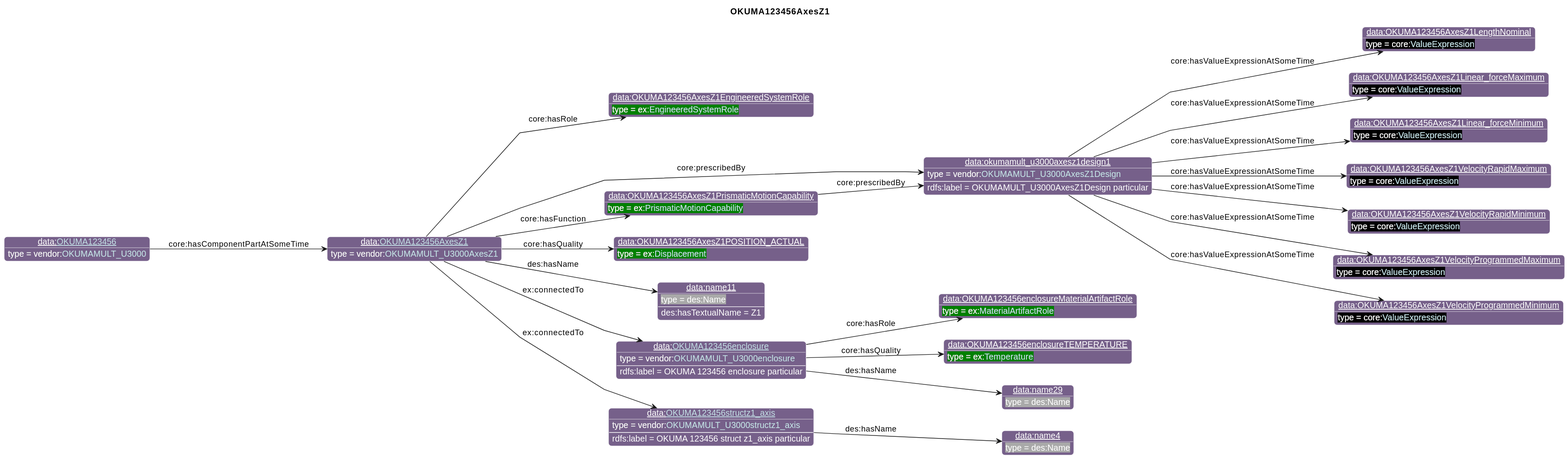
iofoundry/example-syseng-mtconnect keeps this PlantUML diagram as diagrams/OKUMA123456AxesZ1.svg. Above is the earlier version.
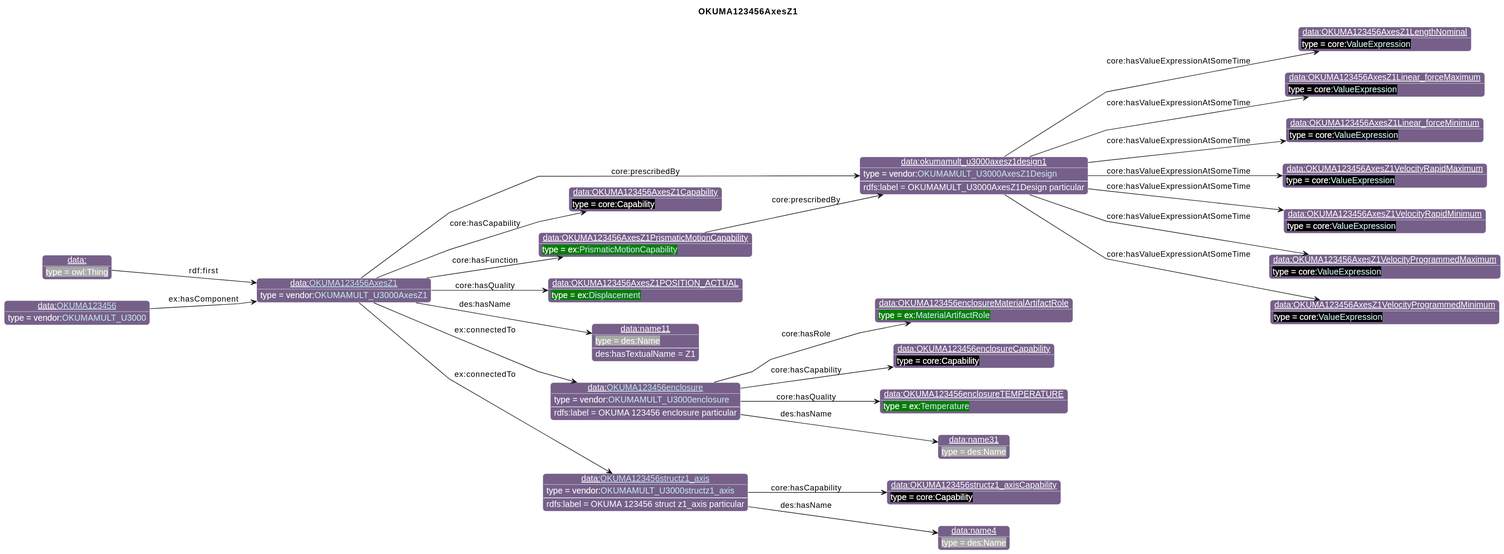
The same file after the commit.

Change to the diagram source:
```diff
@@ -26,47 +26,53 @@
                       "qp":"641B2E"
       }
 individual(o0, data:[[./OKUMA123456AxesZ1.html OKUMA123456AxesZ1]], vendor:[[../OKUMA.html#OKUMAMULT_U3000AxesZ1 OKUMAMULT_U3000AxesZ1]])
-individual(o1, data:OKUMA123456AxesZ1EngineeredSystemRole, ex:[[../Example.html#EngineeredSystemRole EngineeredSystemRole]])
-individual(o2, data:okumamult_u3000axesz1design1, vendor:[[../OKUMA.html#OKUMAMULT_U3000AxesZ1Design OKUMAMULT_U3000AxesZ1Design]])
-individual(o3, data:OKUMA123456AxesZ1LengthNominal, core:[[https://spec.industrialontologies.org/ontology/core/Core/ValueExpression ValueExpression]])
-individual(o4, data:OKUMA123456AxesZ1Linear_forceMaximum, core:[[https://spec.industrialontologies.org/ontology/core/Core/ValueExpression ValueExpression]])
-individual(o5, data:OKUMA123456AxesZ1Linear_forceMinimum, core:[[https://spec.industrialontologies.org/ontology/core/Core/ValueExpression ValueExpression]])
-individual(o6, data:OKUMA123456AxesZ1VelocityRapidMaximum, core:[[https://spec.industrialontologies.org/ontology/core/Core/ValueExpression ValueExpression]])
-individual(o7, data:OKUMA123456AxesZ1VelocityRapidMinimum, core:[[https://spec.industrialontologies.org/ontology/core/Core/ValueExpression ValueExpression]])
-individual(o8, data:OKUMA123456AxesZ1VelocityProgrammedMaximum, core:[[https://spec.industrialontologies.org/ontology/core/Core/ValueExpression ValueExpression]])
-individual(o9, data:OKUMA123456AxesZ1VelocityProgrammedMinimum, core:[[https://spec.industrialontologies.org/ontology/core/Core/ValueExpression ValueExpression]])
+individual(o1, data:okumamult_u3000axesz1design1, vendor:[[../OKUMA.html#OKUMAMULT_U3000AxesZ1Design OKUMAMULT_U3000AxesZ1Design]])
+individual(o2, data:OKUMA123456AxesZ1LengthNominal, core:[[https://spec.industrialontologies.org/ontology/core/Core/ValueExpression ValueExpression]])
+individual(o3, data:OKUMA123456AxesZ1Linear_forceMaximum, core:[[https://spec.industrialontologies.org/ontology/core/Core/ValueExpression ValueExpression]])
+individual(o4, data:OKUMA123456AxesZ1Linear_forceMinimum, core:[[https://spec.industrialontologies.org/ontology/core/Core/ValueExpression ValueExpression]])
+individual(o5, data:OKUMA123456AxesZ1VelocityRapidMaximum, core:[[https://spec.industrialontologies.org/ontology/core/Core/ValueExpression ValueExpression]])
+individual(o6, data:OKUMA123456AxesZ1VelocityRapidMinimum, core:[[https://spec.industrialontologies.org/ontology/core/Core/ValueExpression ValueExpression]])
+individual(o7, data:OKUMA123456AxesZ1VelocityProgrammedMaximum, core:[[https://spec.industrialontologies.org/ontology/core/Core/ValueExpression ValueExpression]])
+individual(o8, data:OKUMA123456AxesZ1VelocityProgrammedMinimum, core:[[https://spec.industrialontologies.org/ontology/core/Core/ValueExpression ValueExpression]])
+individual(o9, data:OKUMA123456AxesZ1Capability, core:Capability)
 individual(o10, data:OKUMA123456AxesZ1PrismaticMotionCapability, ex:[[../Example.html#PrismaticMotionCapability PrismaticMotionCapability]])
 individual(o11, data:OKUMA123456AxesZ1POSITION_ACTUAL, ex:[[../Example.html#Displacement Displacement]])
 individual(o12, data:name11, des:Name)
 individual(o13, data:[[./OKUMA123456enclosure.html OKUMA123456enclosure]], vendor:[[../OKUMA.html#OKUMAMULT_U3000enclosure OKUMAMULT_U3000enclosure]])
 individual(o14, data:OKUMA123456enclosureMaterialArtifactRole, ex:[[../Example.html#MaterialArtifactRole MaterialArtifactRole]])
-individual(o15, data:OKUMA123456enclosureTEMPERATURE, ex:[[../Example.html#Temperature Temperature]])
-individual(o16, data:name29, des:Name)
-individual(o17, data:[[./OKUMA123456structz1_axis.html OKUMA123456structz1_axis]], vendor:[[../OKUMA.html#OKUMAMULT_U3000structz1_axis OKUMAMULT_U3000structz1_axis]])
-individual(o18, data:name4, des:Name)
-individual(o19, data:[[./OKUMA123456.html OKUMA123456]], vendor:[[../OKUMA.html#OKUMAMULT_U3000 OKUMAMULT_U3000]])
-property(o0, "core:hasRole", o1)
-property(o0, "core:prescribedBy", o2)
-data(o2, "rdfs:label", "OKUMAMULT_U3000AxesZ1Design particular")
-property(o2, "core:hasValueExpressionAtSomeTime", o3)
-property(o2, "core:hasValueExpressionAtSomeTime", o4)
-property(o2, "core:hasValueExpressionAtSomeTime", o5)
-property(o2, "core:hasValueExpressionAtSomeTime", o6)
-property(o2, "core:hasValueExpressionAtSomeTime", o7)
-property(o2, "core:hasValueExpressionAtSomeTime", o8)
-property(o2, "core:hasValueExpressionAtSomeTime", o9)
+individual(o15, data:OKUMA123456enclosureCapability, core:Capability)
+individual(o16, data:OKUMA123456enclosureTEMPERATURE, ex:[[../Example.html#Temperature Temperature]])
+individual(o17, data:name31, des:Name)
+individual(o18, data:[[./OKUMA123456structz1_axis.html OKUMA123456structz1_axis]], vendor:[[../OKUMA.html#OKUMAMULT_U3000structz1_axis OKUMAMULT_U3000structz1_axis]])
+individual(o19, data:OKUMA123456structz1_axisCapability, core:Capability)
+individual(o20, data:name4, des:Name)
+individual(o21, data:, owl:Thing)
+individual(o22, data:[[./OKUMA123456.html OKUMA123456]], vendor:[[../OKUMA.html#OKUMAMULT_U3000 OKUMAMULT_U3000]])
+property(o0, "core:prescribedBy", o1)
+data(o1, "rdfs:label", "OKUMAMULT_U3000AxesZ1Design particular")
+property(o1, "core:hasValueExpressionAtSomeTime", o2)
+property(o1, "core:hasValueExpressionAtSomeTime", o3)
+property(o1, "core:hasValueExpressionAtSomeTime", o4)
+property(o1, "core:hasValueExpressionAtSomeTime", o5)
+property(o1, "core:hasValueExpressionAtSomeTime", o6)
+property(o1, "core:hasValueExpressionAtSomeTime", o7)
+property(o1, "core:hasValueExpressionAtSomeTime", o8)
+property(o0, "core:hasCapability", o9)
 property(o0, "core:hasFunction", o10)
-property(o10, "core:prescribedBy", o2)
+property(o10, "core:prescribedBy", o1)
 property(o0, "core:hasQuality", o11)
 property(o0, "des:hasName", o12)
 data(o12, "des:hasTextualName", "Z1")
 property(o0, "ex:connectedTo", o13)
 data(o13, "rdfs:label", "OKUMA 123456 enclosure particular")
 property(o13, "core:hasRole", o14)
-property(o13, "core:hasQuality", o15)
-property(o13, "des:hasName", o16)
-property(o0, "ex:connectedTo", o17)
-data(o17, "rdfs:label", "OKUMA 123456 struct z1_axis particular")
-property(o17, "des:hasName", o18)
-property(o19, "core:hasComponentPartAtSomeTime", o0)
+property(o13, "core:hasCapability", o15)
+property(o13, "core:hasQuality", o16)
+property(o13, "des:hasName", o17)
+property(o0, "ex:connectedTo", o18)
+data(o18, "rdfs:label", "OKUMA 123456 struct z1_axis particular")
+property(o18, "core:hasCapability", o19)
+property(o18, "des:hasName", o20)
+property(o21, "rdf:first", o0)
+property(o22, "ex:hasComponent", o0)
 @enduml
```
